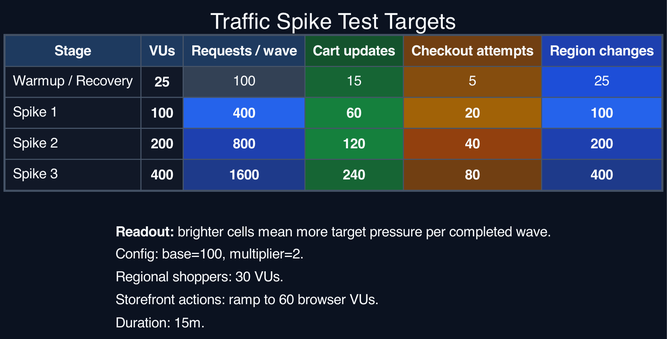
This is docs/graphviz/traffic-spike-target-heatmap-dark.png from orenlion1/ensemble-retail, a Graphviz export, as it was before one commit. Its source is kept beside it as docs/graphviz/traffic-spike-target-heatmap-dark.dot. The source it was exported from:
```dot
digraph traffic_spike_target_heatmap_dark {
  graph [rankdir=TB, labelloc=t, label="Traffic Spike Test Targets", bgcolor="#0b1220", fontcolor="#f8fafc", fontsize=22, fontname="Helvetica", nodesep=0.35, ranksep=0.4];
  node [shape=plain, fontname="Helvetica", fontcolor="#f8fafc"];
  edge [style=invis];

  target_heatmap [label=<
    <TABLE BORDER="1" CELLBORDER="1" CELLSPACING="0" CELLPADDING="7" COLOR="#475569">
      <TR><TD BGCOLOR="#1e3a5f"><FONT COLOR="#f8fafc"><B>Stage</B></FONT></TD><TD BGCOLOR="#1e3a5f"><FONT COLOR="#f8fafc"><B>VUs</B></FONT></TD><TD BGCOLOR="#1e3a5f"><FONT COLOR="#f8fafc"><B>Requests / wave</B></FONT></TD><TD BGCOLOR="#14532d"><FONT COLOR="#f8fafc"><B>Cart updates</B></FONT></TD><TD BGCOLOR="#713f12"><FONT COLOR="#f8fafc"><B>Checkout attempts</B></FONT></TD><TD BGCOLOR="#1e40af"><FONT COLOR="#f8fafc"><B>Region changes</B></FONT></TD></TR>
      <TR><TD ALIGN="LEFT" BGCOLOR="#111827"><FONT COLOR="#f8fafc">Warmup / Recovery</FONT></TD><TD BGCOLOR="#111827"><FONT COLOR="#f8fafc"><B>25</B></FONT></TD><TD BGCOLOR="#334155"><FONT COLOR="#f8fafc">100</FONT></TD><TD BGCOLOR="#166534"><FONT COLOR="#f8fafc">15</FONT></TD><TD BGCOLOR="#854d0e"><FONT COLOR="#f8fafc">5</FONT></TD><TD BGCOLOR="#1d4ed8"><FONT COLOR="#f8fafc">25</FONT></TD></TR>
      <TR><TD ALIGN="LEFT" BGCOLOR="#111827"><FONT COLOR="#f8fafc">Spike 1</FONT></TD><TD BGCOLOR="#111827"><FONT COLOR="#f8fafc"><B>100</B></FONT></TD><TD BGCOLOR="#2563eb"><FONT COLOR="#f8fafc"><B>400</B></FONT></TD><TD BGCOLOR="#15803d"><FONT COLOR="#f8fafc"><B>60</B></FONT></TD><TD BGCOLOR="#a16207"><FONT COLOR="#f8fafc"><B>20</B></FONT></TD><TD BGCOLOR="#2563eb"><FONT COLOR="#f8fafc"><B>100</B></FONT></TD></TR>
      <TR><TD ALIGN="LEFT" BGCOLOR="#111827"><FONT COLOR="#f8fafc">Spike 2</FONT></TD><TD BGCOLOR="#111827"><FONT COLOR="#f8fafc"><B>200</B></FONT></TD><TD BGCOLOR="#1e40af"><FONT COLOR="#f8fafc"><B>800</B></FONT></TD><TD BGCOLOR="#15803d"><FONT COLOR="#f8fafc"><B>120</B></FONT></TD><TD BGCOLOR="#92400e"><FONT COLOR="#f8fafc"><B>40</B></FONT></TD><TD BGCOLOR="#1e40af"><FONT COLOR="#f8fafc"><B>200</B></FONT></TD></TR>
      <TR><TD ALIGN="LEFT" BGCOLOR="#111827"><FONT COLOR="#f8fafc">Spike 3</FONT></TD><TD BGCOLOR="#111827"><FONT COLOR="#f8fafc"><B>400</B></FONT></TD><TD BGCOLOR="#1e3a8a"><FONT COLOR="#f8fafc"><B>1600</B></FONT></TD><TD BGCOLOR="#166534"><FONT COLOR="#f8fafc"><B>240</B></FONT></TD><TD BGCOLOR="#713f12"><FONT COLOR="#f8fafc"><B>80</B></FONT></TD><TD BGCOLOR="#1e3a8a"><FONT COLOR="#f8fafc"><B>400</B></FONT></TD></TR>
    </TABLE>
  >];

  target_note [label=<
    <TABLE BORDER="0" CELLBORDER="0" CELLSPACING="0" CELLPADDING="4">
      <TR><TD ALIGN="LEFT"><FONT COLOR="#f8fafc"><B>Readout:</B> brighter cells mean more target pressure per completed wave.</FONT></TD></TR>
      <TR><TD ALIGN="LEFT"><FONT COLOR="#f8fafc">Config: base=100, multiplier=2.</FONT></TD></TR>
      <TR><TD ALIGN="LEFT"><FONT COLOR="#f8fafc">Regional shoppers: 30 VUs.</FONT></TD></TR>
      <TR><TD ALIGN="LEFT"><FONT COLOR="#f8fafc">Storefront actions: ramp to 60 browser VUs.</FONT></TD></TR>
      <TR><TD ALIGN="LEFT"><FONT COLOR="#f8fafc">Duration: 15m.</FONT></TD></TR>
    </TABLE>
  >];

  target_heatmap -> target_note;
}
```
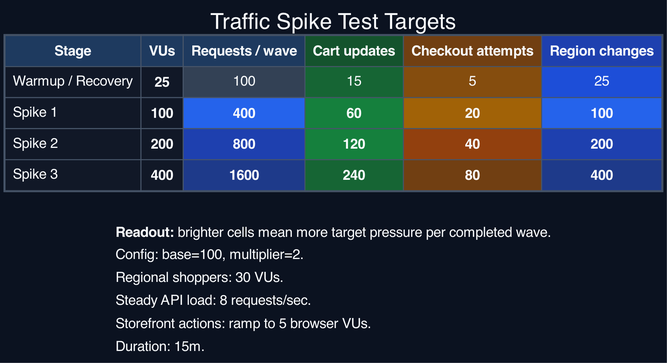
Above is the later version.

What changed in the source:
```diff
@@ -18,7 +18,8 @@
       <TR><TD ALIGN="LEFT"><FONT COLOR="#f8fafc"><B>Readout:</B> brighter cells mean more target pressure per completed wave.</FONT></TD></TR>
       <TR><TD ALIGN="LEFT"><FONT COLOR="#f8fafc">Config: base=100, multiplier=2.</FONT></TD></TR>
       <TR><TD ALIGN="LEFT"><FONT COLOR="#f8fafc">Regional shoppers: 30 VUs.</FONT></TD></TR>
-      <TR><TD ALIGN="LEFT"><FONT COLOR="#f8fafc">Storefront actions: ramp to 60 browser VUs.</FONT></TD></TR>
+      <TR><TD ALIGN="LEFT"><FONT COLOR="#f8fafc">Steady API load: 8 requests/sec.</FONT></TD></TR>
+      <TR><TD ALIGN="LEFT"><FONT COLOR="#f8fafc">Storefront actions: ramp to 5 browser VUs.</FONT></TD></TR>
       <TR><TD ALIGN="LEFT"><FONT COLOR="#f8fafc">Duration: 15m.</FONT></TD></TR>
     </TABLE>
   >];
```
